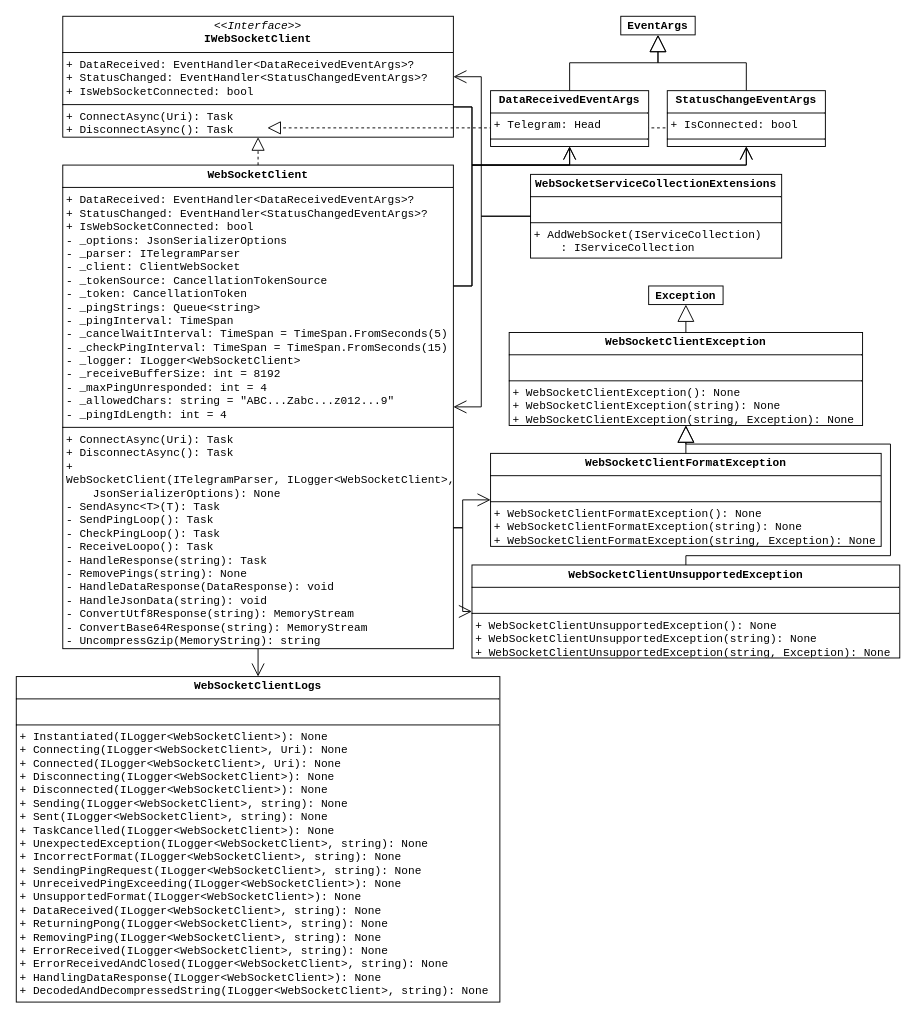
Earlier version of the draw.io diagram fig/class-diagram-dmdata-ws.drawio (EasonSYC/a-level-computing-coursework). Source tidied: cells renumbered, new cells numbered last; positions are measured from the earlier drawing's top-left corner, leaving out a move shared by most shapes. Both pictures are drawn from the tidied source at 93%, with x=0, y=0 at pixel (16, 16).
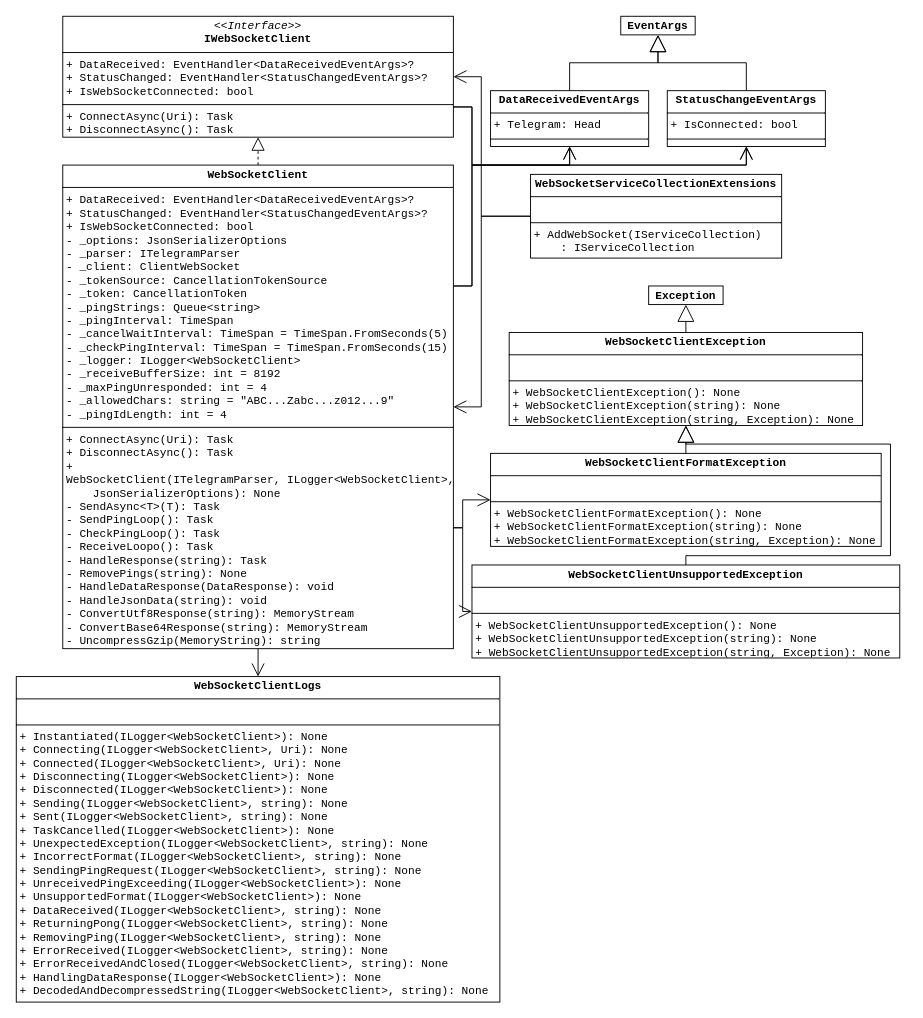
The same page after the edit.

Commit message (it also covers changes not shown here):
fix wrong class diagram.

Diff of the diagram source:
```diff
@@
-    <mxCell id="7" style="endArrow=block;dashed=1;endFill=0;endSize=12;html=1;rounded=0;entryX=0.5;entryY=1;entryDx=0;entryDy=0;exitX=0.5;exitY=0;exitDx=0;exitDy=0;" parent="1" edge="1">
-      <mxGeometry relative="1" as="geometry">
-        <mxPoint x="770" y="120" as="sourcePoint" />
-        <mxPoint x="270" y="120" as="targetPoint" />
-      </mxGeometry>
-    </mxCell>
```
